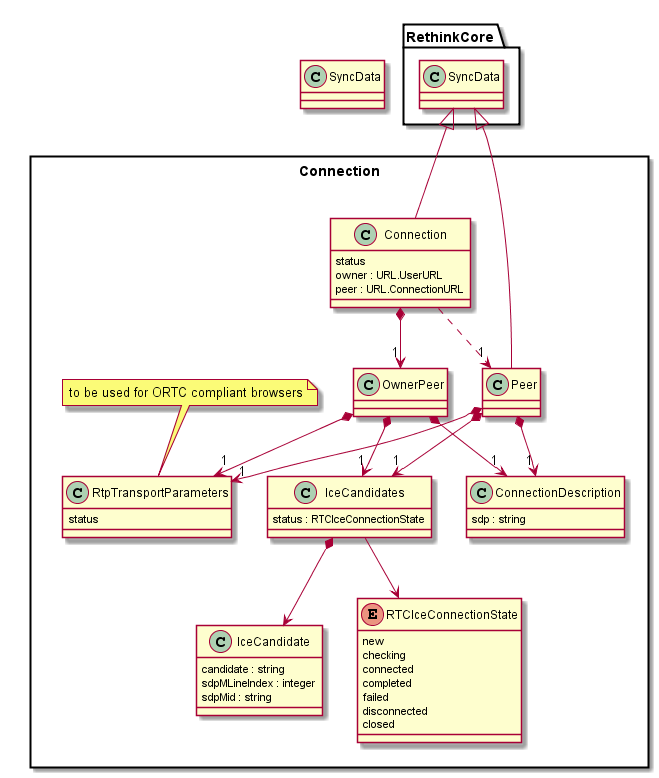
This is docs/datamodel/data-objects/connection/Connection-Data-Object-Model.png from reTHINK-project/dev-service-framework, a PlantUML export, as it was before one commit. Source of this version:
```plantuml
@startuml "../../docs/datamodel/data-objects/connection/Connection-Data-Object-Model.png"

class SyncData {
}

package Connection <<Rect>> {

	class Connection {
		status
		owner : URL.UserURL
		peer : URL.ConnectionURL
	}

  class OwnerPeer {
	}

	class Peer {
	}

	class IceCandidate {
		candidate : string
		sdpMLineIndex : integer
		sdpMid : string
	}

	class IceCandidates {
    	status : RTCIceConnectionState
	}

	class ConnectionDescription {
		sdp : string
	}

	class RtpTransportParameters {
    	status
	}
	note top : to be used for ORTC compliant browsers

	enum RTCIceConnectionState {
	    new
	    checking
	    connected
	    completed
	    failed
	    disconnected
	    closed
	}

	Connection -up-|> RethinkCore.SyncData
	Peer -up-|> RethinkCore.SyncData


	Connection *--> "1" OwnerPeer

	Connection ..> "1" Peer

	Peer *--> "1" IceCandidates
	Peer *--> "1" ConnectionDescription
	Peer *--> "1" RtpTransportParameters

	OwnerPeer *--> "1" IceCandidates
	OwnerPeer *--> "1" ConnectionDescription
	OwnerPeer *--> "1" RtpTransportParameters

	IceCandidates -down-> RTCIceConnectionState
	IceCandidates *--> IceCandidate

}

@enduml
```
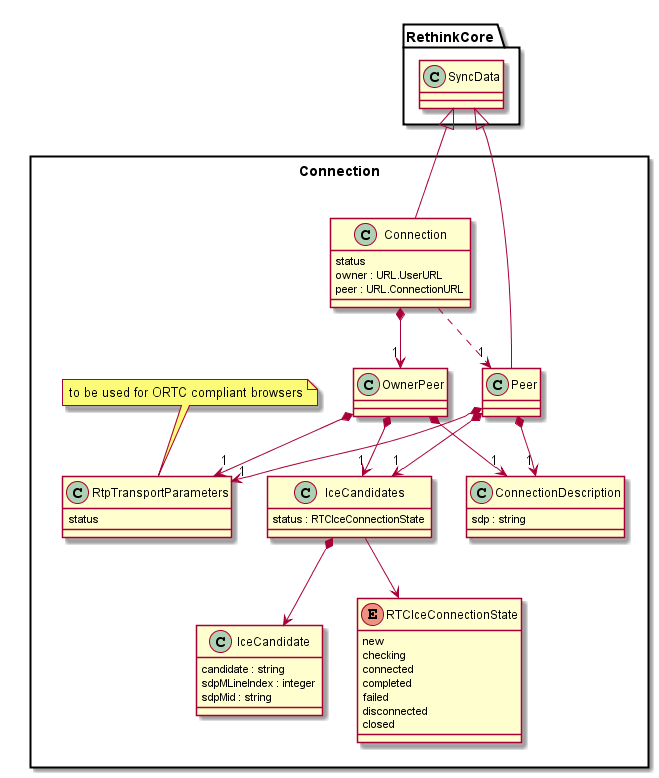
Later version of the same file.

The edit, as a diff of the source:
```diff
@@ -1,7 +1,4 @@
 @startuml "../../docs/datamodel/data-objects/connection/Connection-Data-Object-Model.png"
-
-class SyncData {
-}
 
 package Connection <<Rect>> {
 
@@ -11,7 +8,7 @@
 		peer : URL.ConnectionURL
 	}
 
-  class OwnerPeer {
+  	class OwnerPeer {
 	}
 
 	class Peer {
@@ -49,9 +46,7 @@
 	Connection -up-|> RethinkCore.SyncData
 	Peer -up-|> RethinkCore.SyncData
 
-
 	Connection *--> "1" OwnerPeer
-
 	Connection ..> "1" Peer
 
 	Peer *--> "1" IceCandidates
@@ -64,7 +59,5 @@
 
 	IceCandidates -down-> RTCIceConnectionState
 	IceCandidates *--> IceCandidate
-
 }
-
 @enduml
```
